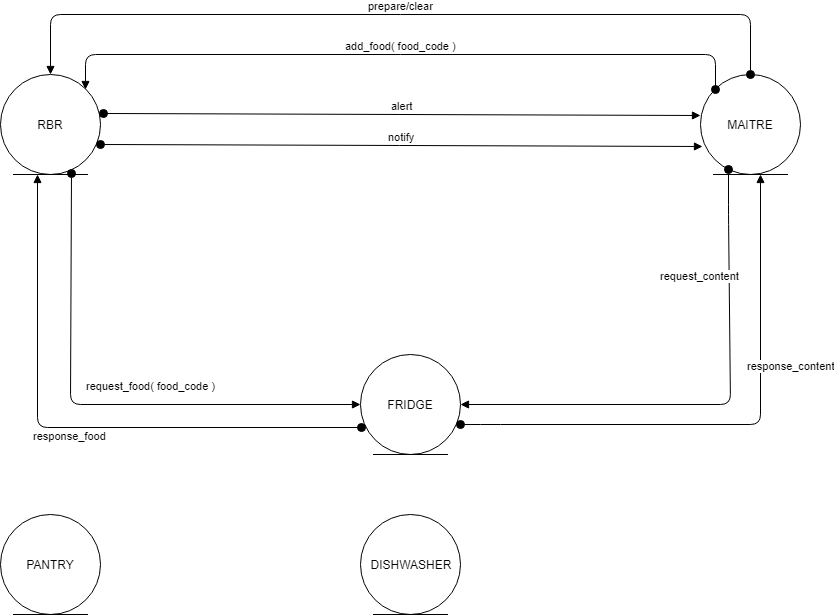
Before: Analisi Iniziale/LogicArchitecture.png, a diagram exported from draw.io (xAlessandroC/iss2019TemaFinale). Source tidied: cells renumbered, new cells last; positions are measured from the earlier drawing's top-left corner, leaving out a move shared by most shapes.
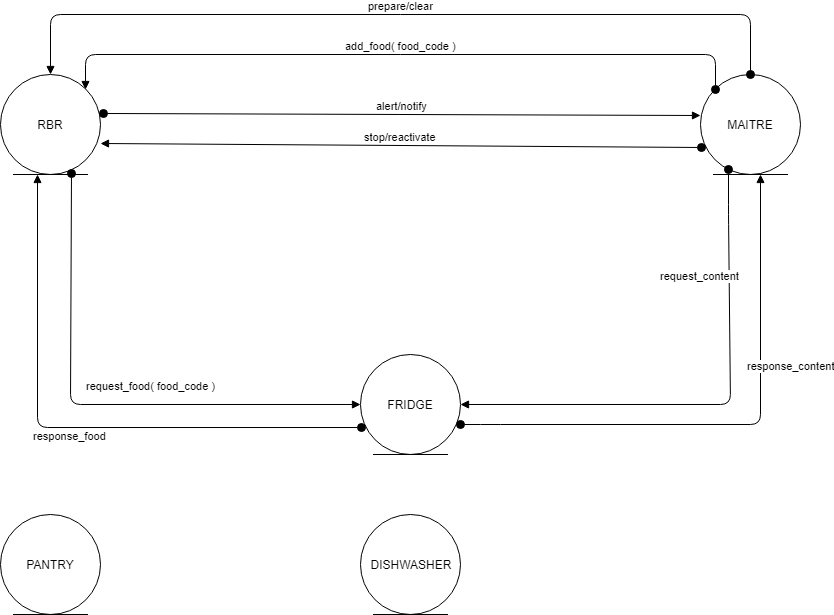
After the commit.

Change to the diagram source:
```diff
@@ -24,12 +24,12 @@
         </Array>
       </mxGeometry>
     </mxCell>
-    <mxCell id="6" value="alert" style="html=1;verticalAlign=bottom;startArrow=oval;startFill=1;endArrow=block;startSize=8;exitX=1.03;exitY=0.39;exitDx=0;exitDy=0;exitPerimeter=0;" parent="1" edge="1" source="2">
+    <mxCell id="6" value="alert/notify" style="html=1;verticalAlign=bottom;startArrow=oval;startFill=1;endArrow=block;startSize=8;exitX=1.03;exitY=0.39;exitDx=0;exitDy=0;exitPerimeter=0;" parent="1" edge="1" source="2">
       <mxGeometry relative="1" as="geometry">
         <mxPoint x="700" y="101" as="targetPoint" />
       </mxGeometry>
     </mxCell>
-    <mxCell id="7" value="notify" style="html=1;verticalAlign=bottom;startArrow=oval;startFill=1;endArrow=block;startSize=8;exitX=1;exitY=0.7;exitDx=0;exitDy=0;exitPerimeter=0;entryX=0.02;entryY=0.72;entryDx=0;entryDy=0;entryPerimeter=0;" parent="1" edge="1" source="2" target="3">
+    <mxCell id="7" value="stop/reactivate" style="html=1;verticalAlign=bottom;startArrow=oval;startFill=1;endArrow=block;startSize=8;entryX=1;entryY=0.69;entryDx=0;entryDy=0;entryPerimeter=0;exitX=0.01;exitY=0.73;exitDx=0;exitDy=0;exitPerimeter=0;" parent="1" edge="1" source="3" target="2">
       <mxGeometry relative="1" as="geometry" />
     </mxCell>
     <mxCell id="8" value="FRIDGE" style="ellipse;shape=umlEntity;whiteSpace=wrap;html=1;" parent="1" vertex="1">
```
